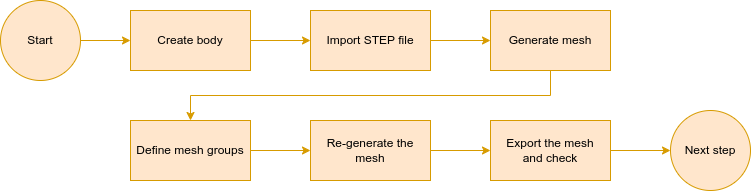
precice/community-training keeps this draw.io diagram as fsi-workflow/01_solidMesh/images/flowchart/flowchart-freecad.png. Above is the earlier version. Source tidied: cells renumbered, new cells last; positions are measured from the earlier drawing's top-left corner, leaving out a move shared by most shapes.
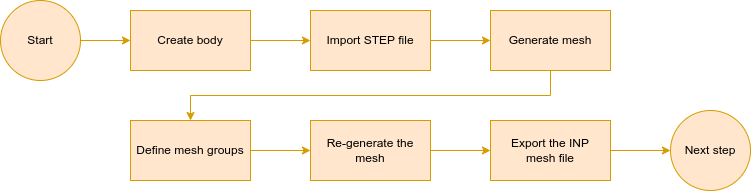
Later version of the same file.

The edit, as a diff of the source:
```diff
@@ -41,7 +41,7 @@
     <mxCell id="14" style="edgeStyle=orthogonalEdgeStyle;rounded=0;jettySize=auto;html=1;exitX=1;exitY=0.5;exitDx=0;exitDy=0;entryX=0;entryY=0.5;entryDx=0;entryDy=0;fillColor=#ffe6cc;strokeColor=#d79b00;" parent="1" edge="1" source="15" target="16">
       <mxGeometry relative="1" as="geometry" />
     </mxCell>
-    <mxCell id="15" value="Export the mesh&lt;br&gt;&lt;div&gt;and check&lt;/div&gt;" style="rounded=0;whiteSpace=wrap;html=1;fillColor=#ffe6cc;strokeColor=#d79b00;" parent="1" vertex="1">
+    <mxCell id="15" value="Export the INP&lt;br&gt;mesh&amp;nbsp;&lt;span style=&quot;background-color: initial;&quot;&gt;file&lt;/span&gt;" style="rounded=0;whiteSpace=wrap;html=1;fillColor=#ffe6cc;strokeColor=#d79b00;" parent="1" vertex="1">
       <mxGeometry x="490" y="120" width="120" height="60" as="geometry" />
     </mxCell>
     <mxCell id="16" value="Next step" style="ellipse;whiteSpace=wrap;html=1;fillColor=#ffe6cc;strokeColor=#d79b00;" parent="1" vertex="1">
```
